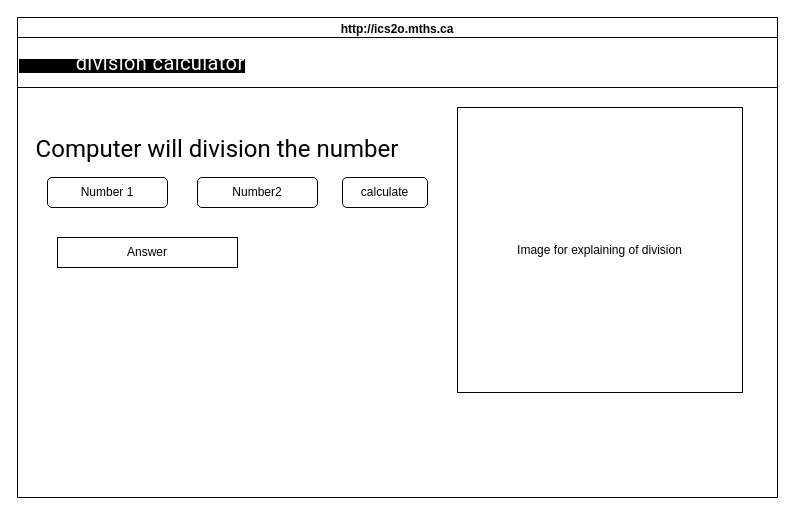
Earlier version of the draw.io diagram design/storyboard.drawio (MTHS-ICD2O-1-2023/ICD2O-Unit-5-08-yoochan-han). Source tidied: cells renumbered, new cells numbered last; positions are measured from the earlier drawing's top-left corner, leaving out a move shared by most shapes. Both pictures are drawn from the tidied source at 100%, with x=0, y=0 at pixel (17, 17).
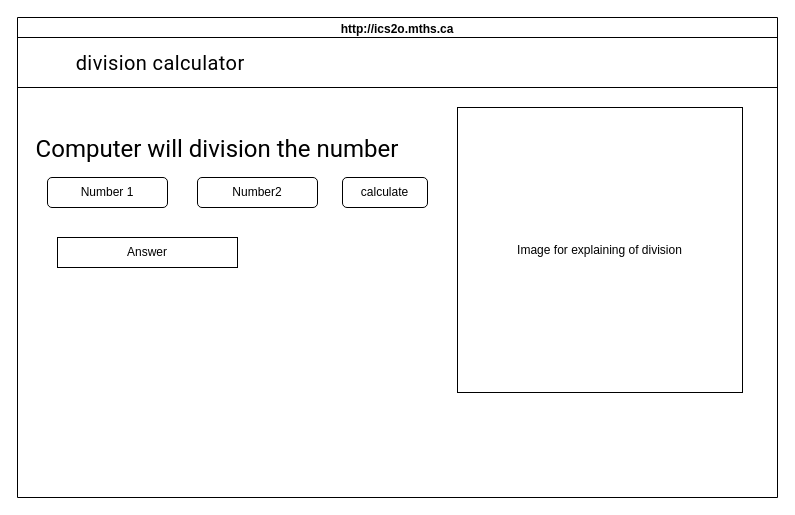
The same page after the edit.

Change to the diagram source:
```diff
@@
 <mxGraphModel>
   <root>
     <mxCell id="0" />
     <mxCell id="1" parent="0" />
     <mxCell id="2" value="http://ics2o.mths.ca" style="swimlane;whiteSpace=wrap;html=1;fillColor=none;strokeColor=default;" parent="1" vertex="1">
       <mxGeometry width="760" height="480" as="geometry" />
     </mxCell>
-    <mxCell id="3" value="&lt;span style=&quot;background-color: rgb(0, 0, 0);&quot;&gt;&amp;nbsp; &amp;nbsp; &amp;nbsp; &amp;nbsp; &amp;nbsp; &amp;nbsp; &amp;nbsp; &amp;nbsp; &amp;nbsp;&lt;span style=&quot;color: rgb(255, 255, 255); font-family: Roboto, Helvetica, Arial, sans-serif; font-size: 20px; letter-spacing: 0.4px;&quot;&gt;division calculator&lt;/span&gt;&lt;/span&gt;" style="rounded=0;whiteSpace=wrap;html=1;align=left;" parent="2" vertex="1">
+    <mxCell id="3" value="&lt;span style=&quot;&quot;&gt;&amp;nbsp; &amp;nbsp; &amp;nbsp; &amp;nbsp; &amp;nbsp; &amp;nbsp; &amp;nbsp; &amp;nbsp; &amp;nbsp;&lt;span style=&quot;font-family: Roboto, Helvetica, Arial, sans-serif; font-size: 20px; letter-spacing: 0.4px;&quot;&gt;division calculator&lt;/span&gt;&lt;/span&gt;" style="rounded=0;whiteSpace=wrap;html=1;align=left;fillColor=default;fontColor=default;labelBackgroundColor=none;" parent="2" vertex="1">
       <mxGeometry y="20" width="760" height="50" as="geometry" />
     </mxCell>
     <mxCell id="4" value="&#10;&lt;h4 style=&quot;padding: 0px; font-family: Roboto, Helvetica, Arial, sans-serif; font-weight: 400; font-size: 24px; line-height: 32px; margin: 24px 0px 16px; font-style: normal; font-variant-ligatures: normal; font-variant-caps: normal; letter-spacing: normal; orphans: 2; text-align: start; text-indent: 0px; text-transform: none; widows: 2; word-spacing: 0px; -webkit-text-stroke-width: 0px; text-decoration-thickness: initial; text-decoration-style: initial; text-decoration-color: initial;&quot;&gt;Computer will division the number&lt;/h4&gt;&#10;&#10;" style="text;html=1;strokeColor=none;fillColor=none;align=center;verticalAlign=middle;whiteSpace=wrap;rounded=0;labelBackgroundColor=none;fontColor=#000000;" parent="2" vertex="1">
       <mxGeometry y="120" width="400" height="30" as="geometry" />
     </mxCell>
     <mxCell id="5" value="Number 1" style="rounded=1;whiteSpace=wrap;html=1;labelBackgroundColor=none;strokeColor=default;fontColor=#000000;fillColor=none;" parent="2" vertex="1">
       <mxGeometry x="30" y="160" width="120" height="30" as="geometry" />
     </mxCell>
     <mxCell id="6" value="Number2" style="rounded=1;whiteSpace=wrap;html=1;labelBackgroundColor=none;strokeColor=default;fontColor=#000000;fillColor=none;" parent="2" vertex="1">
       <mxGeometry x="180" y="160" width="120" height="30" as="geometry" />
     </mxCell>
     <mxCell id="7" value="calculate" style="rounded=1;whiteSpace=wrap;html=1;labelBackgroundColor=none;strokeColor=default;fontColor=#000000;fillColor=none;" parent="2" vertex="1">
       <mxGeometry x="325" y="160" width="85" height="30" as="geometry" />
     </mxCell>
     <mxCell id="8" value="Answer" style="rounded=0;whiteSpace=wrap;html=1;labelBackgroundColor=none;strokeColor=default;fontColor=#000000;fillColor=none;" parent="2" vertex="1">
       <mxGeometry x="40" y="220" width="180" height="30" as="geometry" />
     </mxCell>
     <mxCell id="9" value="Image for explaining of division" style="whiteSpace=wrap;html=1;labelBackgroundColor=none;" parent="2" vertex="1">
       <mxGeometry x="440" y="90" width="285" height="285" as="geometry" />
     </mxCell>
   </root>
 </mxGraphModel>
```
